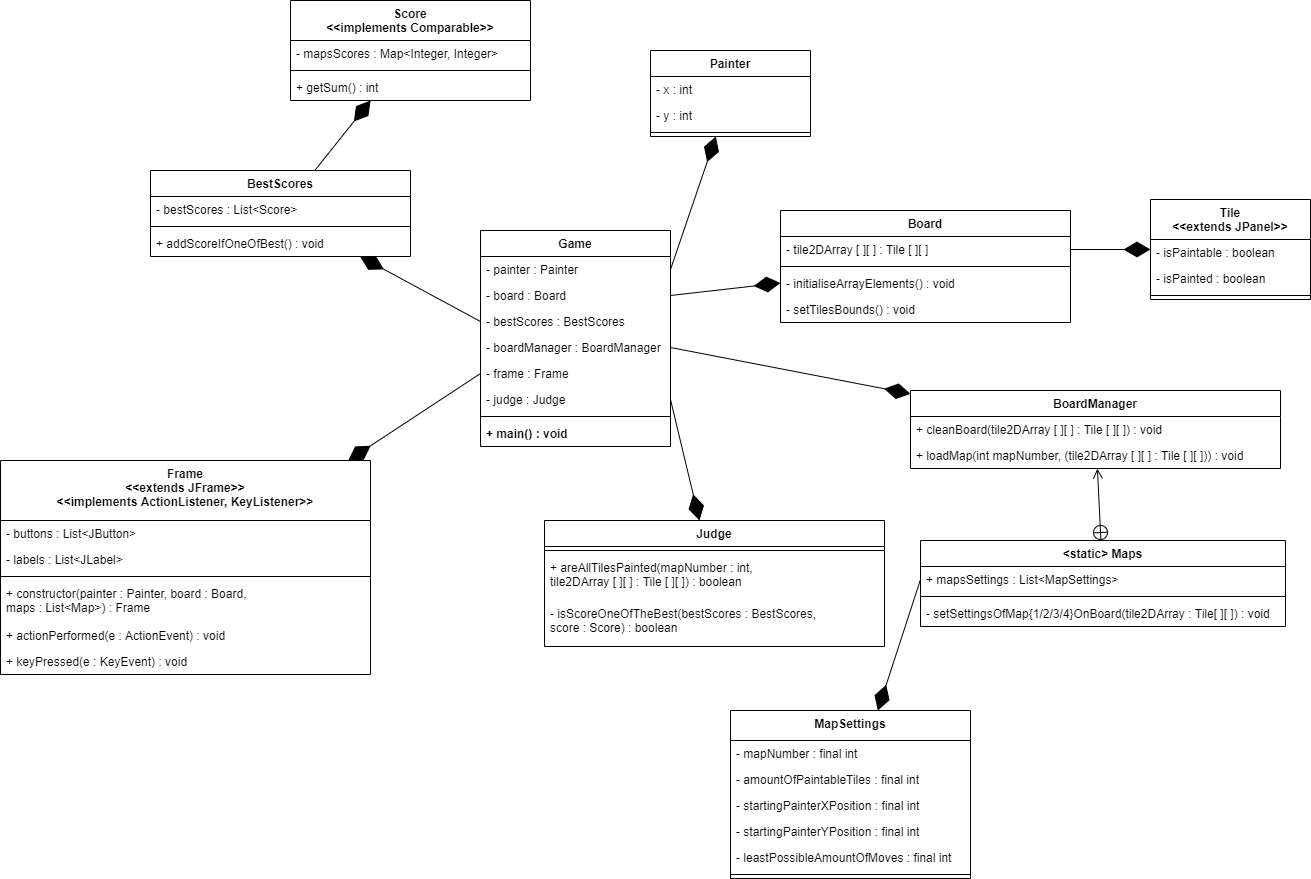
The draw.io diagram src/main/resources/img/Paint-It!.png in CcConStanTine/Paint-It, before a commit. Source tidied: cells renumbered, new cells last; positions are measured from the earlier drawing's top-left corner, leaving out a move shared by most shapes.
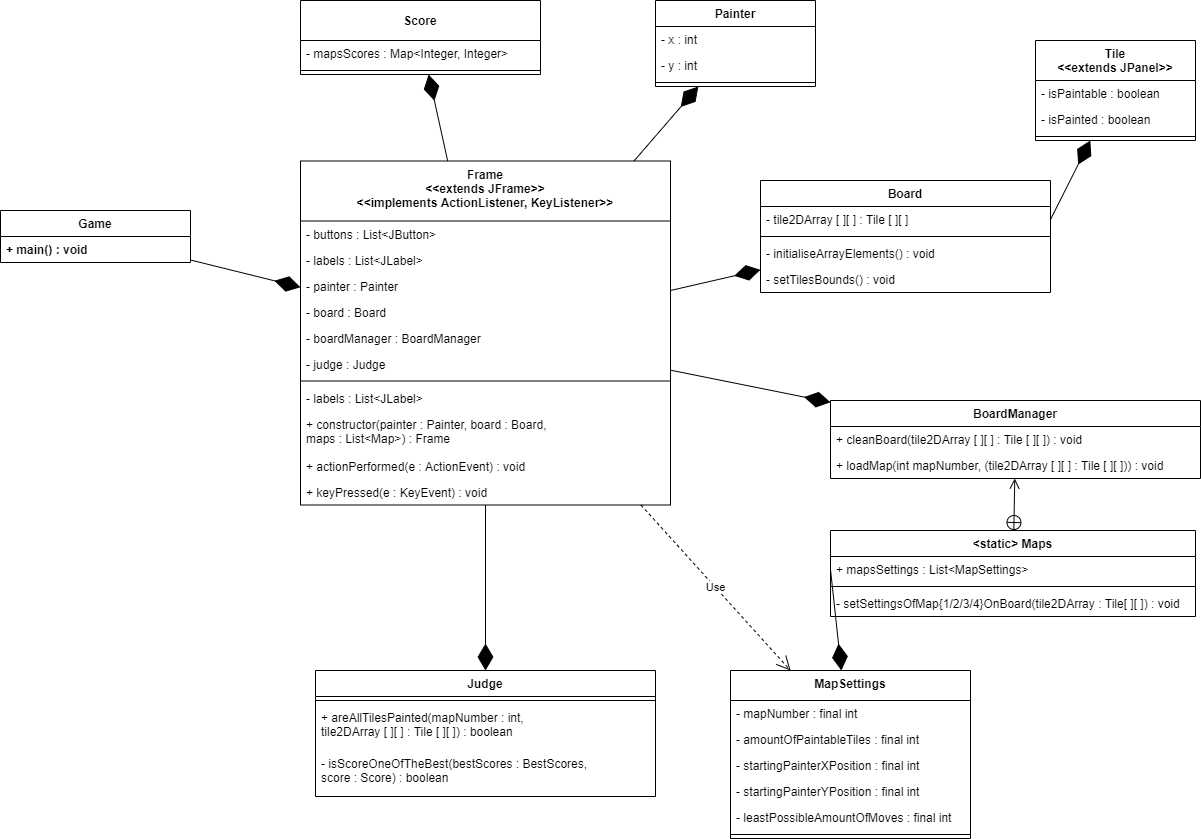
The same file after the commit.

Commit message:
New class diagram adde

Diff of the diagram source:
```diff
@@ -3,7 +3,7 @@
     <mxCell id="0" />
     <mxCell id="1" parent="0" />
     <mxCell id="2" value="Painter" style="swimlane;fontStyle=1;align=center;verticalAlign=top;horizontal=1;startSize=26;" parent="1" vertex="1">
-      <mxGeometry x="650" y="50" width="160" height="86" as="geometry" />
+      <mxGeometry x="655" y="-20" width="160" height="86" as="geometry" />
     </mxCell>
     <mxCell id="3" value="- x : int" style="text;strokeColor=none;fillColor=none;align=left;verticalAlign=top;spacingLeft=4;spacingRight=4;overflow=hidden;" parent="2" vertex="1">
       <mxGeometry y="26" width="160" height="26" as="geometry" />
@@ -15,7 +15,7 @@
       <mxGeometry y="78" width="160" height="8" as="geometry" />
     </mxCell>
     <mxCell id="6" value="Tile&#10;&lt;&lt;extends JPanel&gt;&gt;" style="swimlane;fontStyle=1;align=center;verticalAlign=top;horizontal=1;startSize=40;" parent="1" vertex="1">
-      <mxGeometry x="1150" y="199" width="160" height="100" as="geometry" />
+      <mxGeometry x="1035" y="20" width="160" height="100" as="geometry" />
     </mxCell>
     <mxCell id="7" value="- isPaintable : boolean" style="text;strokeColor=none;fillColor=none;align=left;verticalAlign=top;spacingLeft=4;spacingRight=4;overflow=hidden;" parent="6" vertex="1">
       <mxGeometry y="40" width="160" height="26" as="geometry" />
@@ -27,7 +27,7 @@
       <mxGeometry y="92" width="160" height="8" as="geometry" />
     </mxCell>
     <mxCell id="10" value="BoardManager" style="swimlane;fontStyle=1;horizontal=1;startSize=26;fillColor=none;" parent="1" vertex="1">
-      <mxGeometry x="910" y="390" width="370" height="78" as="geometry" />
+      <mxGeometry x="830" y="380" width="370" height="78" as="geometry" />
     </mxCell>
     <mxCell id="11" value="+ cleanBoard(tile2DArray [ ][ ] : Tile [ ][ ]) : void" style="text;strokeColor=none;fillColor=none;align=left;verticalAlign=top;spacingLeft=4;spacingRight=4;overflow=hidden;" parent="10" vertex="1">
       <mxGeometry y="26" width="370" height="26" as="geometry" />
@@ -36,7 +36,7 @@
       <mxGeometry y="52" width="370" height="26" as="geometry" />
     </mxCell>
     <mxCell id="13" value="Board" style="swimlane;fontStyle=1;align=center;verticalAlign=top;horizontal=1;startSize=26;" parent="1" vertex="1">
-      <mxGeometry x="780" y="210" width="290" height="112" as="geometry" />
+      <mxGeometry x="760" y="160" width="290" height="112" as="geometry" />
     </mxCell>
     <mxCell id="14" value="- tile2DArray [ ][ ] : Tile [ ][ ] " style="text;strokeColor=none;fillColor=none;align=left;verticalAlign=top;spacingLeft=4;spacingRight=4;overflow=hidden;points=[[0,0.5],[1,0.5]];portConstraint=eastwest;" parent="13" vertex="1">
       <mxGeometry y="26" width="290" height="26" as="geometry" />
@@ -54,40 +54,19 @@
       <mxGeometry relative="1" as="geometry" />
     </mxCell>
     <mxCell id="19" value="Game" style="swimlane;fontStyle=1;align=center;verticalAlign=top;horizontal=1;startSize=26;" parent="1" vertex="1">
-      <mxGeometry x="480" y="230" width="190" height="216" as="geometry" />
+      <mxGeometry y="190" width="190" height="52" as="geometry" />
     </mxCell>
-    <mxCell id="20" value="- painter : Painter" style="text;strokeColor=none;fillColor=none;align=left;verticalAlign=top;spacingLeft=4;spacingRight=4;overflow=hidden;points=[[0,0.5],[1,0.5]];portConstraint=eastwest;" parent="19" vertex="1">
-      <mxGeometry y="26" width="190" height="26" as="geometry" />
-    </mxCell>
-    <mxCell id="21" value="- board : Board" style="text;strokeColor=none;fillColor=none;align=left;verticalAlign=top;spacingLeft=4;spacingRight=4;overflow=hidden;points=[[0,0.5],[1,0.5]];portConstraint=eastwest;" parent="19" vertex="1">
-      <mxGeometry y="52" width="190" height="26" as="geometry" />
-    </mxCell>
-    <mxCell id="22" value="- bestScores : BestScores" style="text;strokeColor=none;fillColor=none;align=left;verticalAlign=top;spacingLeft=4;spacingRight=4;overflow=hidden;points=[[0,0.5],[1,0.5]];portConstraint=eastwest;" parent="19" vertex="1">
-      <mxGeometry y="78" width="190" height="26" as="geometry" />
-    </mxCell>
-    <mxCell id="23" value="- boardManager : BoardManager" style="text;strokeColor=none;fillColor=none;align=left;verticalAlign=top;spacingLeft=4;spacingRight=4;overflow=hidden;points=[[0,0.5],[1,0.5]];portConstraint=eastwest;" parent="19" vertex="1">
-      <mxGeometry y="104" width="190" height="26" as="geometry" />
-    </mxCell>
-    <mxCell id="24" value="- frame : Frame" style="text;strokeColor=none;fillColor=none;align=left;verticalAlign=top;spacingLeft=4;spacingRight=4;overflow=hidden;points=[[0,0.5],[1,0.5]];portConstraint=eastwest;" parent="19" vertex="1">
-      <mxGeometry y="130" width="190" height="26" as="geometry" />
-    </mxCell>
-    <mxCell id="25" value="- judge : Judge" style="text;strokeColor=none;fillColor=none;align=left;verticalAlign=top;spacingLeft=4;spacingRight=4;overflow=hidden;points=[[0,0.5],[1,0.5]];portConstraint=eastwest;" parent="19" vertex="1">
-      <mxGeometry y="156" width="190" height="26" as="geometry" />
-    </mxCell>
-    <mxCell id="26" style="line;strokeWidth=1;fillColor=none;align=left;verticalAlign=middle;spacingTop=-1;spacingLeft=3;spacingRight=3;labelPosition=right;" parent="19" vertex="1">
-      <mxGeometry y="182" width="190" height="8" as="geometry" />
-    </mxCell>
     <mxCell id="27" value="+ main() : void" style="text;strokeColor=none;fillColor=none;align=left;verticalAlign=top;spacingLeft=4;spacingRight=4;overflow=hidden;fontStyle=1;" parent="19" vertex="1">
-      <mxGeometry y="190" width="190" height="26" as="geometry" />
+      <mxGeometry y="26" width="190" height="26" as="geometry" />
     </mxCell>
-    <mxCell id="28" style="endArrow=diamondThin;endFill=1;endSize=24;html=1;exitX=1;exitY=0.5;exitDx=0;exitDy=0;" parent="1" edge="1" source="20" target="2">
+    <mxCell id="28" style="endArrow=diamondThin;endFill=1;endSize=24;html=1;" parent="1" edge="1" source="34" target="2">
       <mxGeometry relative="1" as="geometry" />
     </mxCell>
-    <mxCell id="29" style="endArrow=diamondThin;endFill=1;endSize=24;html=1;exitX=1;exitY=0.5;exitDx=0;exitDy=0;" parent="1" edge="1" source="21" target="13">
+    <mxCell id="29" style="endArrow=diamondThin;endFill=1;endSize=24;html=1;" parent="1" edge="1" source="34" target="13">
       <mxGeometry relative="1" as="geometry" />
     </mxCell>
     <mxCell id="30" value="&lt;static&gt; Maps" style="swimlane;fontStyle=1;horizontal=1;startSize=26;fillColor=none;" parent="1" vertex="1">
-      <mxGeometry x="920" y="540" width="365" height="86" as="geometry" />
+      <mxGeometry x="830" y="510" width="365" height="86" as="geometry" />
     </mxCell>
     <mxCell id="31" value="+ mapsSettings : List&lt;MapSettings&gt;" style="text;strokeColor=none;fillColor=none;align=left;verticalAlign=top;spacingLeft=4;spacingRight=4;overflow=hidden;points=[[0,0.5],[1,0.5]];portConstraint=eastwest;" parent="30" vertex="1">
       <mxGeometry y="26" width="365" height="26" as="geometry" />
@@ -99,28 +78,43 @@
       <mxGeometry y="60" width="365" height="26" as="geometry" />
     </mxCell>
     <mxCell id="34" value="Frame &#10;&lt;&lt;extends JFrame&gt;&gt;&#10;&lt;&lt;implements ActionListener, KeyListener&gt;&gt;" style="swimlane;fontStyle=1;align=center;verticalAlign=top;horizontal=1;startSize=60;" parent="1" vertex="1">
-      <mxGeometry y="460" width="370" height="214" as="geometry" />
+      <mxGeometry x="300" y="140.5" width="370" height="344" as="geometry" />
     </mxCell>
     <mxCell id="35" value="- buttons : List&lt;JButton&gt;" style="text;strokeColor=none;fillColor=none;align=left;verticalAlign=top;spacingLeft=4;spacingRight=4;overflow=hidden;" parent="34" vertex="1">
       <mxGeometry y="60" width="370" height="26" as="geometry" />
     </mxCell>
+    <mxCell id="67" value="- labels : List&lt;JLabel&gt;" style="text;strokeColor=none;fillColor=none;align=left;verticalAlign=top;spacingLeft=4;spacingRight=4;overflow=hidden;" parent="34" vertex="1">
+      <mxGeometry y="86" width="370" height="26" as="geometry" />
+    </mxCell>
-    <mxCell id="36" value="- labels : List&lt;JLabel&gt;" style="text;strokeColor=none;fillColor=none;align=left;verticalAlign=top;spacingLeft=4;spacingRight=4;overflow=hidden;" parent="34" vertex="1">
-      <mxGeometry y="86" width="370" height="26" as="geometry" />
+    <mxCell id="36" value="- painter : Painter" style="text;strokeColor=none;fillColor=none;align=left;verticalAlign=top;spacingLeft=4;spacingRight=4;overflow=hidden;" parent="34" vertex="1">
+      <mxGeometry y="112" width="370" height="26" as="geometry" />
     </mxCell>
+    <mxCell id="21" value="- board : Board" style="text;strokeColor=none;fillColor=none;align=left;verticalAlign=top;spacingLeft=4;spacingRight=4;overflow=hidden;points=[[0,0.5],[1,0.5]];portConstraint=eastwest;" parent="34" vertex="1">
+      <mxGeometry y="138" width="370" height="26" as="geometry" />
+    </mxCell>
+    <mxCell id="23" value="- boardManager : BoardManager" style="text;strokeColor=none;fillColor=none;align=left;verticalAlign=top;spacingLeft=4;spacingRight=4;overflow=hidden;points=[[0,0.5],[1,0.5]];portConstraint=eastwest;" parent="34" vertex="1">
+      <mxGeometry y="164" width="370" height="26" as="geometry" />
+    </mxCell>
+    <mxCell id="25" value="- judge : Judge" style="text;strokeColor=none;fillColor=none;align=left;verticalAlign=top;spacingLeft=4;spacingRight=4;overflow=hidden;points=[[0,0.5],[1,0.5]];portConstraint=eastwest;" parent="34" vertex="1">
+      <mxGeometry y="190" width="370" height="26" as="geometry" />
+    </mxCell>
     <mxCell id="37" style="line;strokeWidth=1;fillColor=none;align=left;verticalAlign=middle;spacingTop=-1;spacingLeft=3;spacingRight=3;labelPosition=right;" parent="34" vertex="1">
-      <mxGeometry y="112" width="370" height="8" as="geometry" />
+      <mxGeometry y="216" width="370" height="8" as="geometry" />
     </mxCell>
+    <mxCell id="68" value="- labels : List&lt;JLabel&gt;" style="text;strokeColor=none;fillColor=none;align=left;verticalAlign=top;spacingLeft=4;spacingRight=4;overflow=hidden;" parent="34" vertex="1">
+      <mxGeometry y="224" width="370" height="26" as="geometry" />
+    </mxCell>
     <mxCell id="38" value="+ constructor(painter : Painter, board : Board, &#10;maps : List&lt;Map&gt;) : Frame" style="text;strokeColor=none;fillColor=none;align=left;verticalAlign=top;spacingLeft=4;spacingRight=4;overflow=hidden;" parent="34" vertex="1">
-      <mxGeometry y="120" width="370" height="42" as="geometry" />
+      <mxGeometry y="250" width="370" height="42" as="geometry" />
     </mxCell>
     <mxCell id="39" value="+ actionPerformed(e : ActionEvent) : void" style="text;strokeColor=none;fillColor=none;align=left;verticalAlign=top;spacingLeft=4;spacingRight=4;overflow=hidden;" parent="34" vertex="1">
-      <mxGeometry y="162" width="370" height="26" as="geometry" />
+      <mxGeometry y="292" width="370" height="26" as="geometry" />
     </mxCell>
     <mxCell id="40" value="+ keyPressed(e : KeyEvent) : void" style="text;strokeColor=none;fillColor=none;align=left;verticalAlign=top;spacingLeft=4;spacingRight=4;overflow=hidden;" parent="34" vertex="1">
-      <mxGeometry y="188" width="370" height="26" as="geometry" />
+      <mxGeometry y="318" width="370" height="26" as="geometry" />
     </mxCell>
-    <mxCell id="41" value="Score&#10;&lt;&lt;implements Comparable&gt;&gt;" style="swimlane;fontStyle=1;horizontal=1;startSize=40;fillColor=none;" parent="1" vertex="1">
-      <mxGeometry x="290" width="240" height="100" as="geometry" />
+    <mxCell id="41" value="Score" style="swimlane;fontStyle=1;horizontal=1;startSize=40;fillColor=none;" parent="1" vertex="1">
+      <mxGeometry x="300" y="-20" width="240" height="74" as="geometry" />
     </mxCell>
     <mxCell id="42" value="- mapsScores : Map&lt;Integer, Integer&gt;" style="text;strokeColor=none;fillColor=none;align=left;verticalAlign=top;spacingLeft=4;spacingRight=4;overflow=hidden;" parent="41" vertex="1">
       <mxGeometry y="40" width="240" height="26" as="geometry" />
@@ -128,38 +122,20 @@
     <mxCell id="43" style="line;strokeWidth=1;fillColor=none;align=left;verticalAlign=middle;spacingTop=-1;spacingLeft=3;spacingRight=3;labelPosition=right;" parent="41" vertex="1">
       <mxGeometry y="66" width="240" height="8" as="geometry" />
     </mxCell>
-    <mxCell id="44" value="+ getSum() : int" style="text;strokeColor=none;fillColor=none;align=left;verticalAlign=top;spacingLeft=4;spacingRight=4;overflow=hidden;" parent="41" vertex="1">
-      <mxGeometry y="74" width="240" height="26" as="geometry" />
-    </mxCell>
-    <mxCell id="45" style="endArrow=diamondThin;endFill=1;endSize=24;html=1;" parent="1" edge="1" source="48" target="41">
-      <mxGeometry relative="1" as="geometry" />
-    </mxCell>
-    <mxCell id="46" style="endArrow=diamondThin;endFill=1;endSize=24;html=1;exitX=0;exitY=0.5;exitDx=0;exitDy=0;" parent="1" edge="1" source="22" target="48">
+    <mxCell id="46" style="endArrow=diamondThin;endFill=1;endSize=24;html=1;" parent="1" edge="1" source="34" target="41">
       <mxGeometry relative="1" as="geometry" />
     </mxCell>
-    <mxCell id="47" style="endArrow=diamondThin;endFill=1;endSize=24;html=1;exitX=0;exitY=0.5;exitDx=0;exitDy=0;" parent="1" edge="1" source="24" target="34">
+    <mxCell id="47" style="endArrow=diamondThin;endFill=1;endSize=24;html=1;" parent="1" edge="1" source="19" target="34">
       <mxGeometry relative="1" as="geometry" />
     </mxCell>
-    <mxCell id="48" value="BestScores" style="swimlane;fontStyle=1;align=center;verticalAlign=top;horizontal=1;startSize=26;" parent="1" vertex="1">
-      <mxGeometry x="150" y="170" width="260" height="86" as="geometry" />
-    </mxCell>
-    <mxCell id="49" value="- bestScores : List&lt;Score&gt;" style="text;strokeColor=none;fillColor=none;align=left;verticalAlign=top;spacingLeft=4;spacingRight=4;overflow=hidden;" parent="48" vertex="1">
-      <mxGeometry y="26" width="260" height="26" as="geometry" />
-    </mxCell>
-    <mxCell id="50" style="line;strokeWidth=1;fillColor=none;align=left;verticalAlign=middle;spacingTop=-1;spacingLeft=3;spacingRight=3;labelPosition=right;" parent="48" vertex="1">
-      <mxGeometry y="52" width="260" height="8" as="geometry" />
-    </mxCell>
-    <mxCell id="51" value="+ addScoreIfOneOfBest() : void" style="text;strokeColor=none;fillColor=none;align=left;verticalAlign=top;spacingLeft=4;spacingRight=4;overflow=hidden;" parent="48" vertex="1">
-      <mxGeometry y="60" width="260" height="26" as="geometry" />
-    </mxCell>
     <mxCell id="52" style="endArrow=open;startArrow=circlePlus;endFill=0;startFill=0;endSize=8;html=1;" parent="1" edge="1" source="30" target="10">
       <mxGeometry relative="1" as="geometry" />
     </mxCell>
-    <mxCell id="53" style="endArrow=diamondThin;endFill=1;endSize=24;html=1;exitX=1;exitY=0.5;exitDx=0;exitDy=0;" parent="1" edge="1" source="23" target="10">
+    <mxCell id="53" style="endArrow=diamondThin;endFill=1;endSize=24;html=1;" parent="1" edge="1" source="34" target="10">
       <mxGeometry relative="1" as="geometry" />
     </mxCell>
     <mxCell id="54" value="Judge" style="swimlane;fontStyle=1;align=center;verticalAlign=top;horizontal=1;startSize=26;" parent="1" vertex="1">
-      <mxGeometry x="544" y="520" width="340" height="126" as="geometry" />
+      <mxGeometry x="315" y="650" width="340" height="126" as="geometry" />
     </mxCell>
     <mxCell id="55" style="line;strokeWidth=1;fillColor=none;align=left;verticalAlign=middle;spacingTop=-1;spacingLeft=3;spacingRight=3;labelPosition=right;" parent="54" vertex="1">
       <mxGeometry y="26" width="340" height="8" as="geometry" />
@@ -170,11 +146,11 @@
     <mxCell id="57" value="- isScoreOneOfTheBest(bestScores : BestScores, &#10;score : Score) : boolean" style="text;strokeColor=none;fillColor=none;align=left;verticalAlign=top;spacingLeft=4;spacingRight=4;overflow=hidden;" parent="54" vertex="1">
       <mxGeometry y="80" width="340" height="46" as="geometry" />
     </mxCell>
-    <mxCell id="58" style="endArrow=diamondThin;endFill=1;endSize=24;html=1;exitX=1;exitY=0.5;exitDx=0;exitDy=0;" parent="1" edge="1" source="25" target="54">
+    <mxCell id="58" style="endArrow=diamondThin;endFill=1;endSize=24;html=1;" parent="1" edge="1" source="34" target="54">
       <mxGeometry relative="1" as="geometry" />
     </mxCell>
     <mxCell id="59" value="MapSettings" style="swimlane;fontStyle=1;align=center;verticalAlign=top;horizontal=1;startSize=30;" parent="1" vertex="1">
-      <mxGeometry x="730" y="710" width="240" height="168" as="geometry" />
+      <mxGeometry x="730" y="650" width="240" height="168" as="geometry" />
     </mxCell>
     <mxCell id="60" value="- mapNumber : final int" style="text;strokeColor=none;fillColor=none;align=left;verticalAlign=top;spacingLeft=4;spacingRight=4;overflow=hidden;" parent="59" vertex="1">
       <mxGeometry y="30" width="240" height="26" as="geometry" />
@@ -197,5 +173,8 @@
     <mxCell id="66" style="endArrow=diamondThin;endFill=1;endSize=24;html=1;exitX=0;exitY=0.5;exitDx=0;exitDy=0;" parent="1" edge="1" source="31" target="59">
       <mxGeometry relative="1" as="geometry" />
     </mxCell>
+    <mxCell id="69" value="Use" style="endArrow=open;endSize=12;dashed=1;html=1;entryX=0.25;entryY=0;entryDx=0;entryDy=0;" parent="1" edge="1" source="34" target="59">
+      <mxGeometry relative="1" as="geometry" />
+    </mxCell>
   </root>
 </mxGraphModel>
```
